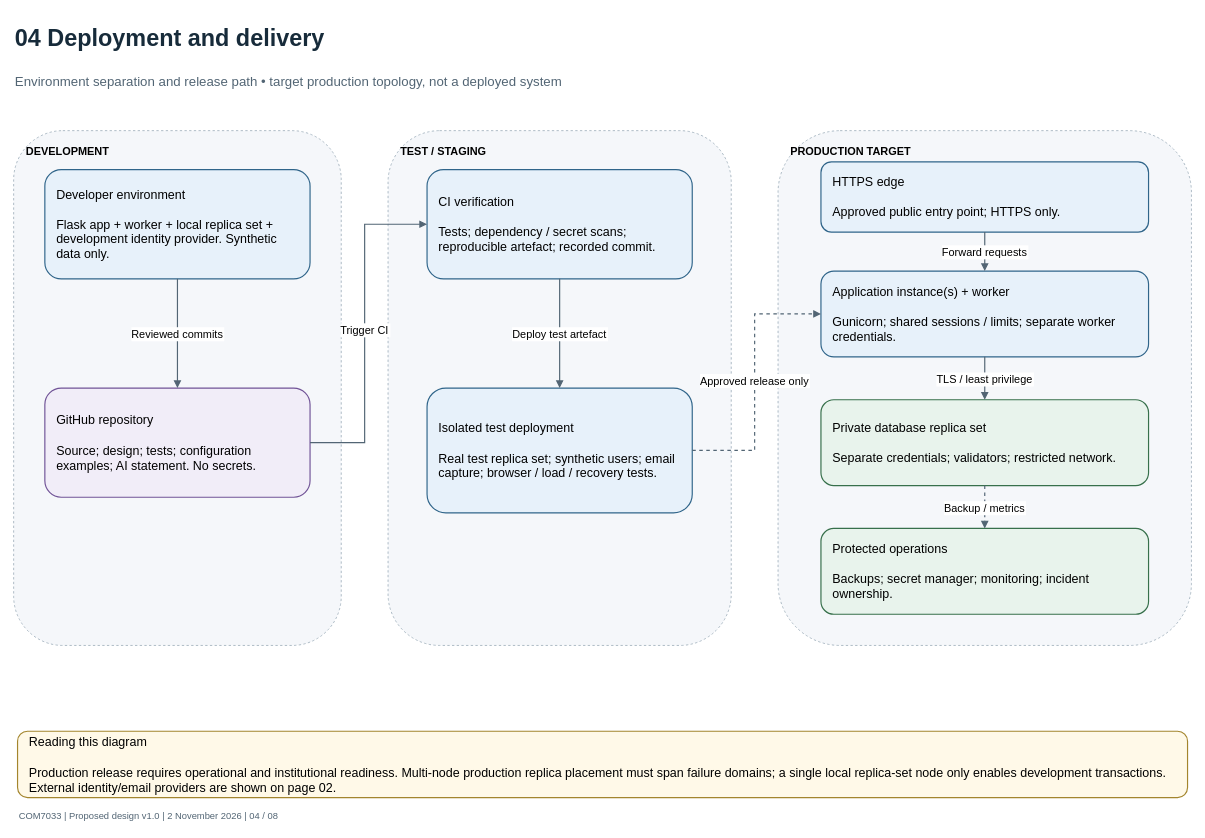
This is page "04 Deployment and delivery" (4 of 8) of docs/architecture/student-support-architecture.drawio from JEGSON/student-support-system, a draw.io file, before an edit. Source tidied: cells renumbered, new cells numbered last; positions are measured from the earlier drawing's top-left corner, leaving out a move shared by most shapes. Both pictures are drawn from the tidied source at 78%, with x=0, y=0 at pixel (13, 13).
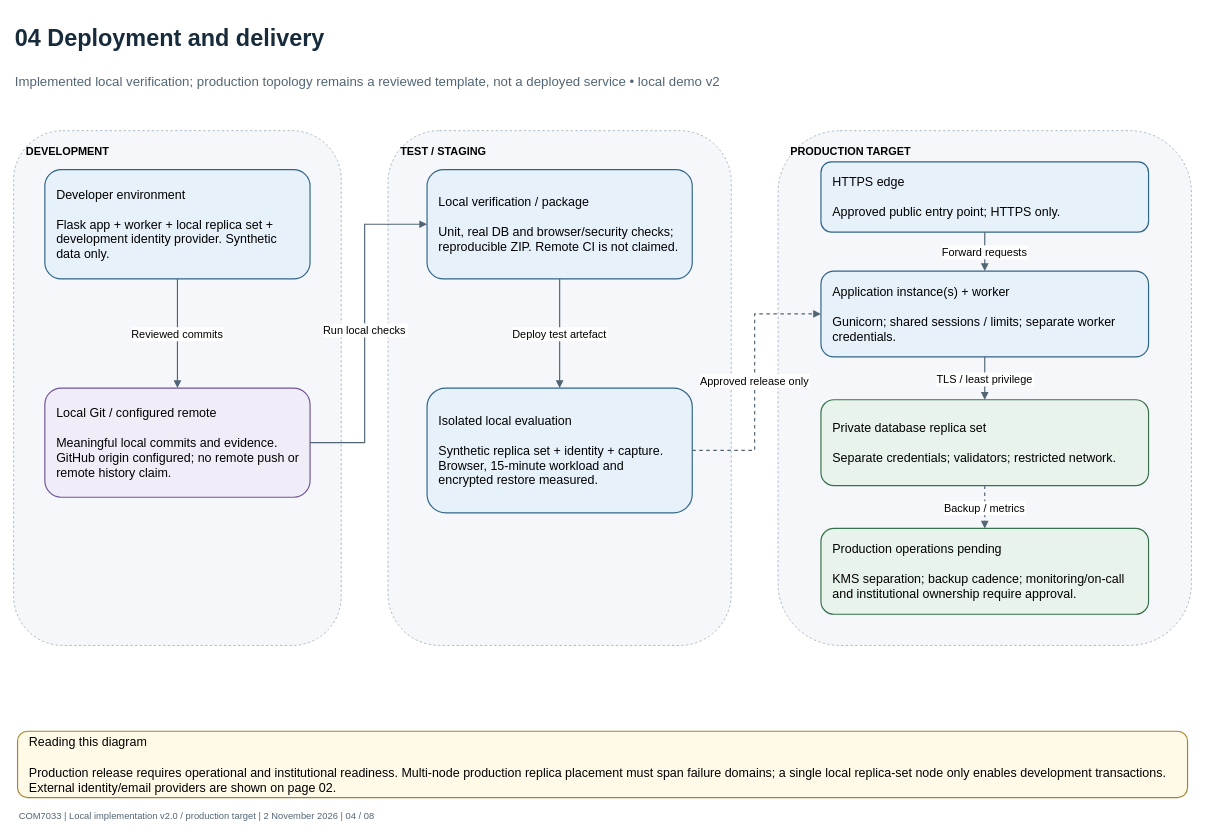
After the change.

Diff of the diagram source:
```diff
@@
-    <mxCell id="3" value="Environment separation and release path • target production topology, not a deployed system" style="text;html=0;align=left;verticalAlign=middle;fontSize=17;fontColor=#526574;whiteSpace=wrap;" parent="1" vertex="1">
+    <mxCell id="3" value="Implemented local verification; production topology remains a reviewed template, not a deployed service • local demo v2" style="text;html=0;align=left;verticalAlign=middle;fontSize=17;fontColor=#526574;whiteSpace=wrap;" parent="1" vertex="1">
       <mxGeometry y="65" width="1510" height="45" as="geometry" />
     </mxCell>
@@
-    <mxCell id="8" value="GitHub repository&#10;&#10;Source; design; tests; configuration examples; AI statement. No secrets." style="rounded=1;html=0;whiteSpace=wrap;align=left;verticalAlign=middle;spacing=15;fontSize=16;fillColor=#f1edf8;strokeColor=#715497;strokeWidth=1.5;" parent="1" vertex="1">
+    <mxCell id="8" value="Local Git / configured remote&#10;&#10;Meaningful local commits and evidence. GitHub origin configured; no remote push or remote history claim." style="rounded=1;html=0;whiteSpace=wrap;align=left;verticalAlign=middle;spacing=15;fontSize=16;fillColor=#f1edf8;strokeColor=#715497;strokeWidth=1.5;" parent="1" vertex="1">
       <mxGeometry x="40" y="480" width="340" height="140" as="geometry" />
     </mxCell>
-    <mxCell id="9" value="CI verification&#10;&#10;Tests; dependency / secret scans; reproducible artefact; recorded commit." style="rounded=1;html=0;whiteSpace=wrap;align=left;verticalAlign=middle;spacing=15;fontSize=16;fillColor=#e7f1fa;strokeColor=#30658a;strokeWidth=1.5;" parent="1" vertex="1">
+    <mxCell id="9" value="Local verification / package&#10;&#10;Unit, real DB and browser/security checks; reproducible ZIP. Remote CI is not claimed." style="rounded=1;html=0;whiteSpace=wrap;align=left;verticalAlign=middle;spacing=15;fontSize=16;fillColor=#e7f1fa;strokeColor=#30658a;strokeWidth=1.5;" parent="1" vertex="1">
       <mxGeometry x="530" y="200" width="340" height="140" as="geometry" />
     </mxCell>
-    <mxCell id="10" value="Isolated test deployment&#10;&#10;Real test replica set; synthetic users; email capture; browser / load / recovery tests." style="rounded=1;html=0;whiteSpace=wrap;align=left;verticalAlign=middle;spacing=15;fontSize=16;fillColor=#e7f1fa;strokeColor=#30658a;strokeWidth=1.5;" parent="1" vertex="1">
+    <mxCell id="10" value="Isolated local evaluation&#10;&#10;Synthetic replica set + identity + capture. Browser, 15-minute workload and encrypted restore measured." style="rounded=1;html=0;whiteSpace=wrap;align=left;verticalAlign=middle;spacing=15;fontSize=16;fillColor=#e7f1fa;strokeColor=#30658a;strokeWidth=1.5;" parent="1" vertex="1">
       <mxGeometry x="530" y="480" width="340" height="160" as="geometry" />
     </mxCell>
@@
-    <mxCell id="14" value="Protected operations&#10;&#10;Backups; secret manager; monitoring; incident ownership." style="rounded=1;html=0;whiteSpace=wrap;align=left;verticalAlign=middle;spacing=15;fontSize=16;fillColor=#e8f3ec;strokeColor=#37704b;strokeWidth=1.5;" parent="1" vertex="1">
+    <mxCell id="14" value="Production operations pending&#10;&#10;KMS separation; backup cadence; monitoring/on-call and institutional ownership require approval." style="rounded=1;html=0;whiteSpace=wrap;align=left;verticalAlign=middle;spacing=15;fontSize=16;fillColor=#e8f3ec;strokeColor=#37704b;strokeWidth=1.5;" parent="1" vertex="1">
       <mxGeometry x="1035" y="660" width="420" height="110" as="geometry" />
     </mxCell>
@@
-    <mxCell id="17" value="Trigger CI" style="edgeStyle=orthogonalEdgeStyle;rounded=0;html=0;endArrow=block;endFill=1;strokeColor=#526574;strokeWidth=1.5;fontSize=14;labelBackgroundColor=#ffffff;dashed=0;exitX=1;exitY=0.5;entryX=0;entryY=0.5;" parent="1" edge="1" source="8" target="9">
+    <mxCell id="17" value="Run local checks" style="edgeStyle=orthogonalEdgeStyle;rounded=0;html=0;endArrow=block;endFill=1;strokeColor=#526574;strokeWidth=1.5;fontSize=14;labelBackgroundColor=#ffffff;dashed=0;exitX=1;exitY=0.5;entryX=0;entryY=0.5;" parent="1" edge="1" source="8" target="9">
       <mxGeometry relative="1" as="geometry">
         <Array as="points">
           <mxPoint x="450" y="550" />
           <mxPoint x="450" y="270" />
         </Array>
       </mxGeometry>
     </mxCell>
@@
-    <mxCell id="23" value="COM7033 | Proposed design v1.0 | 2 November 2026 | 04 / 08" style="text;html=0;align=left;fontSize=12;fontColor=#526574;" parent="1" vertex="1">
+    <mxCell id="23" value="COM7033 | Local implementation v2.0 / production target | 2 November 2026 | 04 / 08" style="text;html=0;align=left;fontSize=12;fontColor=#526574;" parent="1" vertex="1">
       <mxGeometry x="5" y="1015" width="1500" height="25" as="geometry" />
     </mxCell>
```
